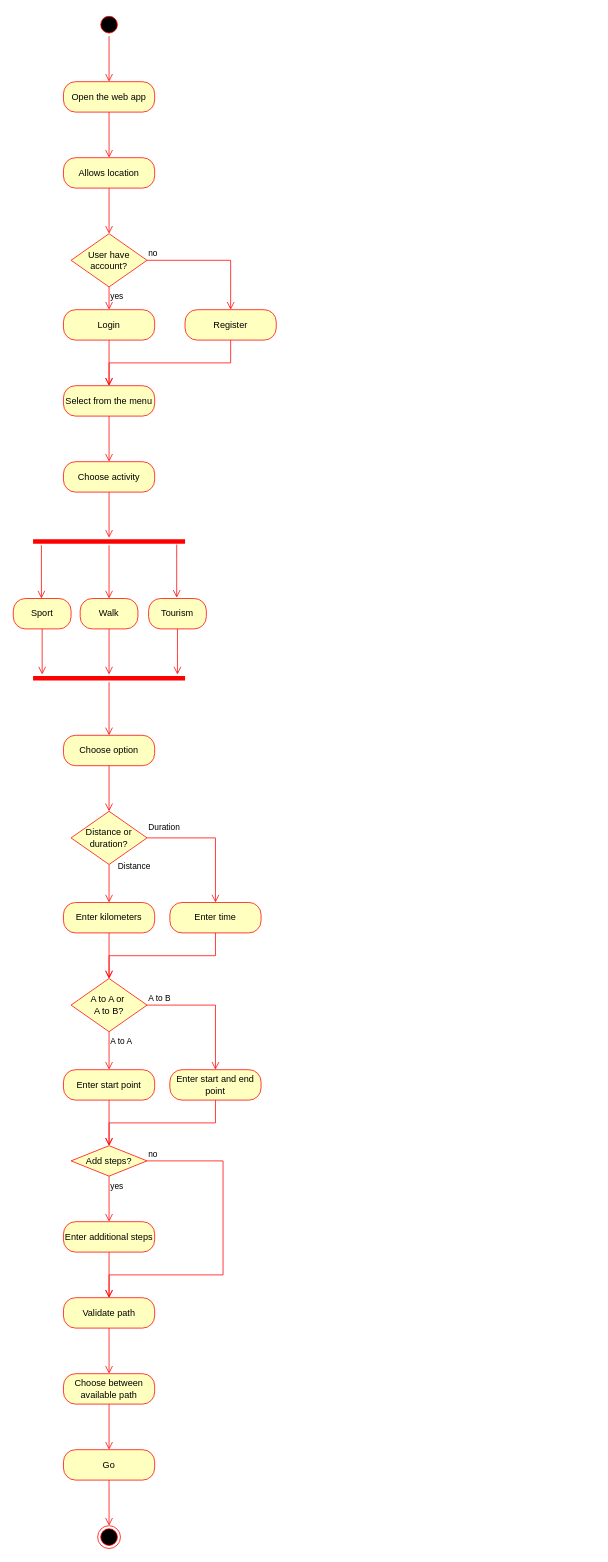
Above: UML Assignement 2/Activity UML assignement 2.drawio in Melydgt/Draw-io-UML-England (draw.io), before the change. Source tidied: cells renumbered, new cells numbered last; positions are measured from the earlier drawing's top-left corner, leaving out a move shared by most shapes. Both pictures are drawn from the tidied source at 76%, with x=0, y=0 at pixel (13, 13).
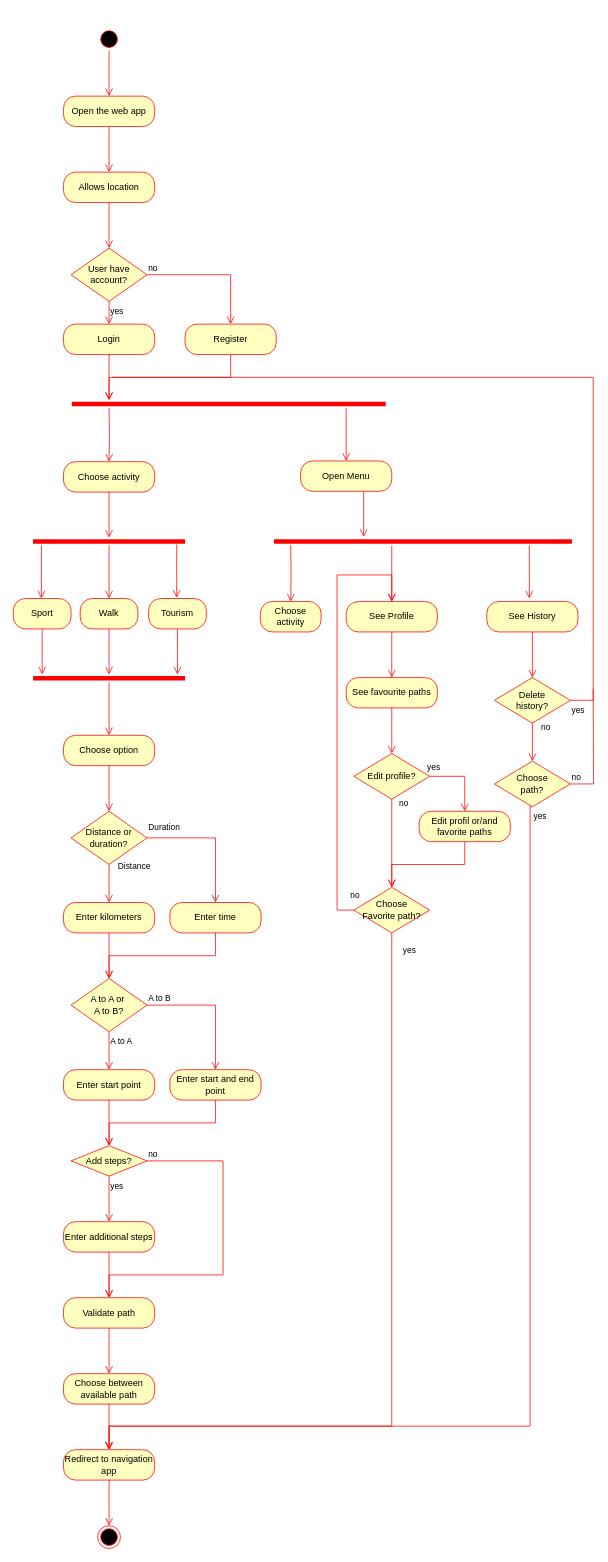
The same page after the edit.

Commit message (it also covers changes not shown here):
Mettre à jour Activity UML assignement 2.drawio

The change refers to these unchanged cells:
```xml
<mxCell id="15" value="Choose activity" style="rounded=1;whiteSpace=wrap;html=1;arcSize=40;fontColor=#000000;fillColor=#ffffc0;strokeColor=#ff0000;" parent="1" vertex="1">
  <mxGeometry x="66" y="590" width="120" height="40" as="geometry" />
</mxCell>
```

Diff of the diagram source:
```diff
@@
     <mxCell id="2" style="ellipse;html=1;shape=startState;fillColor=#000000;strokeColor=#ff0000;" parent="1" vertex="1">
-      <mxGeometry x="111" width="30" height="30" as="geometry" />
+      <mxGeometry x="111" y="19" width="30" height="30" as="geometry" />
     </mxCell>
     <mxCell id="3" style="edgeStyle=orthogonalEdgeStyle;html=1;verticalAlign=bottom;endArrow=open;endSize=8;strokeColor=#ff0000;rounded=0;" parent="1" edge="1" source="2">
       <mxGeometry relative="1" as="geometry">
-        <mxPoint x="126" y="90" as="targetPoint" />
+        <mxPoint x="126" y="109" as="targetPoint" />
       </mxGeometry>
     </mxCell>
     <mxCell id="4" value="Open the web app" style="rounded=1;whiteSpace=wrap;html=1;arcSize=40;fontColor=#000000;fillColor=#ffffc0;strokeColor=#ff0000;" parent="1" vertex="1">
-      <mxGeometry x="66" y="90" width="120" height="40" as="geometry" />
+      <mxGeometry x="66" y="109" width="120" height="40" as="geometry" />
     </mxCell>
     <mxCell id="5" style="edgeStyle=orthogonalEdgeStyle;html=1;verticalAlign=bottom;endArrow=open;endSize=8;strokeColor=#ff0000;rounded=0;" parent="1" edge="1" source="4">
       <mxGeometry relative="1" as="geometry">
-        <mxPoint x="126" y="190" as="targetPoint" />
+        <mxPoint x="126" y="209" as="targetPoint" />
       </mxGeometry>
     </mxCell>
     <mxCell id="6" value="Login" style="rounded=1;whiteSpace=wrap;html=1;arcSize=40;fontColor=#000000;fillColor=#ffffc0;strokeColor=#ff0000;" parent="1" vertex="1">
-      <mxGeometry x="66" y="390" width="120" height="40" as="geometry" />
+      <mxGeometry x="66" y="409" width="120" height="40" as="geometry" />
     </mxCell>
-    <mxCell id="7" style="edgeStyle=orthogonalEdgeStyle;html=1;verticalAlign=bottom;endArrow=open;endSize=8;strokeColor=#ff0000;rounded=0;" parent="1" edge="1" source="6">
+    <mxCell id="7" style="edgeStyle=orthogonalEdgeStyle;html=1;verticalAlign=bottom;endArrow=open;endSize=8;strokeColor=#ff0000;rounded=0;" parent="1" edge="1">
       <mxGeometry relative="1" as="geometry">
-        <mxPoint x="126" y="490" as="targetPoint" />
+        <mxPoint x="126" y="449" as="sourcePoint" />
+        <mxPoint x="126" y="509" as="targetPoint" />
       </mxGeometry>
     </mxCell>
     <mxCell id="8" value="Register" style="rounded=1;whiteSpace=wrap;html=1;arcSize=40;fontColor=#000000;fillColor=#ffffc0;strokeColor=#ff0000;" parent="1" vertex="1">
-      <mxGeometry x="226" y="390" width="120" height="40" as="geometry" />
+      <mxGeometry x="226" y="409" width="120" height="40" as="geometry" />
     </mxCell>
     <mxCell id="9" style="edgeStyle=elbowEdgeStyle;html=1;verticalAlign=bottom;endArrow=open;endSize=8;strokeColor=#ff0000;rounded=0;elbow=vertical;" parent="1" edge="1" source="8">
       <mxGeometry relative="1" as="geometry">
-        <mxPoint x="126" y="490" as="targetPoint" />
+        <mxPoint x="126" y="509" as="targetPoint" />
       </mxGeometry>
     </mxCell>
     <mxCell id="10" value="User have account?" style="rhombus;whiteSpace=wrap;html=1;fillColor=#ffffc0;strokeColor=#ff0000;" parent="1" vertex="1">
-      <mxGeometry x="76" y="290" width="100" height="70" as="geometry" />
+      <mxGeometry x="76" y="309" width="100" height="70" as="geometry" />
     </mxCell>
@@
-    <mxCell id="12" value="yes" style="edgeStyle=orthogonalEdgeStyle;html=1;align=left;verticalAlign=top;endArrow=open;endSize=8;strokeColor=#ff0000;rounded=0;" parent="1" edge="1" source="10">
+    <mxCell id="12" value="yes" style="edgeStyle=orthogonalEdgeStyle;html=1;align=left;verticalAlign=top;endArrow=open;endSize=8;strokeColor=#ff0000;rounded=0;" parent="1" edge="1">
       <mxGeometry x="-1" relative="1" as="geometry">
-        <mxPoint x="126" y="390" as="targetPoint" />
+        <mxPoint x="126" y="379" as="sourcePoint" />
+        <mxPoint x="126" y="409" as="targetPoint" />
       </mxGeometry>
     </mxCell>
     <mxCell id="13" value="Allows location" style="rounded=1;whiteSpace=wrap;html=1;arcSize=40;fontColor=#000000;fillColor=#ffffc0;strokeColor=#ff0000;" parent="1" vertex="1">
-      <mxGeometry x="66" y="190" width="120" height="40" as="geometry" />
+      <mxGeometry x="66" y="209" width="120" height="40" as="geometry" />
     </mxCell>
     <mxCell id="14" style="edgeStyle=orthogonalEdgeStyle;html=1;verticalAlign=bottom;endArrow=open;endSize=8;strokeColor=#ff0000;rounded=0;" parent="1" edge="1" source="13">
       <mxGeometry relative="1" as="geometry">
-        <mxPoint x="126" y="290" as="targetPoint" />
+        <mxPoint x="126" y="309" as="targetPoint" />
       </mxGeometry>
     </mxCell>
@@
-    <mxCell id="54" value="Go" style="rounded=1;whiteSpace=wrap;html=1;arcSize=40;fontColor=#000000;fillColor=#ffffc0;strokeColor=#ff0000;" parent="1" vertex="1">
+    <mxCell id="54" value="Redirect to navigation app" style="rounded=1;whiteSpace=wrap;html=1;arcSize=40;fontColor=#000000;fillColor=#ffffc0;strokeColor=#ff0000;" parent="1" vertex="1">
       <mxGeometry x="66" y="1890" width="120" height="40" as="geometry" />
     </mxCell>
@@
-    <mxCell id="57" value="Select from the menu" style="rounded=1;whiteSpace=wrap;html=1;arcSize=40;fontColor=#000000;fillColor=#ffffc0;strokeColor=#ff0000;" parent="1" vertex="1">
-      <mxGeometry x="66" y="490" width="120" height="40" as="geometry" />
-    </mxCell>
-    <mxCell id="58" style="edgeStyle=orthogonalEdgeStyle;html=1;verticalAlign=bottom;endArrow=open;endSize=8;strokeColor=#ff0000;rounded=0;elbow=vertical;" parent="1" edge="1" source="57">
-      <mxGeometry relative="1" as="geometry">
-        <mxPoint x="126" y="590" as="targetPoint" />
-      </mxGeometry>
-    </mxCell>
+    <mxCell id="59" value="See Profile" style="rounded=1;whiteSpace=wrap;html=1;arcSize=40;fontColor=#000000;fillColor=#ffffc0;strokeColor=#ff0000;" parent="1" vertex="1">
+      <mxGeometry x="438" y="774" width="120" height="40" as="geometry" />
+    </mxCell>
+    <mxCell id="60" style="edgeStyle=orthogonalEdgeStyle;html=1;verticalAlign=bottom;endArrow=open;endSize=8;strokeColor=#ff0000;rounded=0;elbow=vertical;" parent="1" edge="1" source="59">
+      <mxGeometry relative="1" as="geometry">
+        <mxPoint x="498" y="874" as="targetPoint" />
+      </mxGeometry>
+    </mxCell>
+    <mxCell id="61" value="See favourite paths" style="rounded=1;whiteSpace=wrap;html=1;arcSize=40;fontColor=#000000;fillColor=#ffffc0;strokeColor=#ff0000;" parent="1" vertex="1">
+      <mxGeometry x="438" y="874" width="120" height="40" as="geometry" />
+    </mxCell>
+    <mxCell id="62" style="edgeStyle=orthogonalEdgeStyle;html=1;verticalAlign=bottom;endArrow=open;endSize=8;strokeColor=#ff0000;rounded=0;elbow=vertical;" parent="1" edge="1" source="61">
+      <mxGeometry relative="1" as="geometry">
+        <mxPoint x="498" y="974" as="targetPoint" />
+      </mxGeometry>
+    </mxCell>
+    <mxCell id="63" value="Choose &lt;br&gt;Favorite path?" style="rhombus;whiteSpace=wrap;html=1;fillColor=#ffffc0;strokeColor=#ff0000;" parent="1" vertex="1">
+      <mxGeometry x="448" y="1150" width="100" height="60" as="geometry" />
+    </mxCell>
+    <mxCell id="64" value="no" style="edgeStyle=orthogonalEdgeStyle;html=1;align=left;verticalAlign=bottom;endArrow=open;endSize=8;strokeColor=#ff0000;rounded=0;elbow=vertical;entryX=0.5;entryY=0;entryDx=0;entryDy=0;" parent="1" edge="1" source="63" target="59">
+      <mxGeometry x="-0.98" y="-11" relative="1" as="geometry">
+        <Array as="points">
+          <mxPoint x="426" y="1180" />
+          <mxPoint x="426" y="739" />
+          <mxPoint x="498" y="739" />
+        </Array>
+      </mxGeometry>
+    </mxCell>
+    <mxCell id="65" value="yes" style="edgeStyle=elbowEdgeStyle;html=1;align=left;verticalAlign=top;endArrow=open;endSize=8;strokeColor=#ff0000;rounded=0;elbow=vertical;entryX=0.5;entryY=0;entryDx=0;entryDy=0;" parent="1" edge="1" source="63" target="54">
+      <mxGeometry x="-0.98" y="13" relative="1" as="geometry">
+        <Array as="points">
+          <mxPoint x="310" y="1859" />
+        </Array>
+        <mxPoint y="-1" as="offset" />
+      </mxGeometry>
+    </mxCell>
+    <mxCell id="66" value="Edit profile?" style="rhombus;whiteSpace=wrap;html=1;fillColor=#ffffc0;strokeColor=#ff0000;" parent="1" vertex="1">
+      <mxGeometry x="448" y="974" width="100" height="60" as="geometry" />
+    </mxCell>
+    <mxCell id="67" value="no" style="edgeStyle=orthogonalEdgeStyle;html=1;align=left;verticalAlign=bottom;endArrow=open;endSize=8;strokeColor=#ff0000;rounded=0;elbow=vertical;exitX=0.5;exitY=1;exitDx=0;exitDy=0;entryX=0.5;entryY=0;entryDx=0;entryDy=0;" parent="1" edge="1" source="66" target="63">
+      <mxGeometry x="-0.74" y="8" relative="1" as="geometry" />
+    </mxCell>
+    <mxCell id="68" value="yes" style="edgeStyle=orthogonalEdgeStyle;html=1;align=left;verticalAlign=top;endArrow=open;endSize=8;strokeColor=#ff0000;rounded=0;elbow=vertical;exitX=1;exitY=0.5;exitDx=0;exitDy=0;entryX=0.5;entryY=0;entryDx=0;entryDy=0;" parent="1" edge="1" source="66" target="81">
+      <mxGeometry x="-1" y="25" relative="1" as="geometry">
+        <mxPoint x="-5" as="offset" />
+      </mxGeometry>
+    </mxCell>
+    <mxCell id="69" value="Open Menu" style="rounded=1;whiteSpace=wrap;html=1;arcSize=40;fontColor=#000000;fillColor=#ffffc0;strokeColor=#ff0000;" parent="1" vertex="1">
+      <mxGeometry x="378" y="589" width="120" height="40" as="geometry" />
+    </mxCell>
+    <mxCell id="70" style="shape=line;html=1;strokeWidth=6;strokeColor=#ff0000;" parent="1" vertex="1">
+      <mxGeometry x="77" y="509" width="413" height="10" as="geometry" />
+    </mxCell>
+    <mxCell id="71" style="edgeStyle=orthogonalEdgeStyle;html=1;verticalAlign=bottom;endArrow=open;endSize=8;strokeColor=#ff0000;rounded=0;elbow=vertical;entryX=0.5;entryY=0;entryDx=0;entryDy=0;" parent="1" edge="1" target="15">
+      <mxGeometry relative="1" as="geometry">
+        <mxPoint x="126" y="519" as="sourcePoint" />
+      </mxGeometry>
+    </mxCell>
+    <mxCell id="72" style="edgeStyle=orthogonalEdgeStyle;html=1;verticalAlign=bottom;endArrow=open;endSize=8;strokeColor=#ff0000;rounded=0;elbow=vertical;" parent="1" edge="1">
+      <mxGeometry relative="1" as="geometry">
+        <mxPoint x="438" y="519" as="sourcePoint" />
+        <mxPoint x="438" y="589" as="targetPoint" />
+      </mxGeometry>
+    </mxCell>
+    <mxCell id="73" style="edgeStyle=orthogonalEdgeStyle;html=1;verticalAlign=bottom;endArrow=open;endSize=8;strokeColor=#ff0000;rounded=0;" parent="1" edge="1">
+      <mxGeometry relative="1" as="geometry">
+        <mxPoint x="461" y="629" as="sourcePoint" />
+        <mxPoint x="461" y="689" as="targetPoint" />
+      </mxGeometry>
+    </mxCell>
+    <mxCell id="74" style="shape=line;html=1;strokeWidth=6;strokeColor=#ff0000;" parent="1" vertex="1">
+      <mxGeometry x="343" y="690" width="392" height="10" as="geometry" />
+    </mxCell>
+    <mxCell id="75" style="edgeStyle=orthogonalEdgeStyle;html=1;verticalAlign=bottom;endArrow=open;endSize=8;strokeColor=#ff0000;rounded=0;elbow=vertical;" parent="1" edge="1" target="78">
+      <mxGeometry relative="1" as="geometry">
+        <mxPoint x="365" y="700" as="sourcePoint" />
+      </mxGeometry>
+    </mxCell>
+    <mxCell id="76" style="edgeStyle=orthogonalEdgeStyle;html=1;verticalAlign=bottom;endArrow=open;endSize=8;strokeColor=#ff0000;rounded=0;elbow=vertical;" parent="1" edge="1">
+      <mxGeometry relative="1" as="geometry">
+        <mxPoint x="679" y="700" as="sourcePoint" />
+        <mxPoint x="679" y="770" as="targetPoint" />
+      </mxGeometry>
+    </mxCell>
+    <mxCell id="77" style="edgeStyle=orthogonalEdgeStyle;html=1;verticalAlign=bottom;endArrow=open;endSize=8;strokeColor=#ff0000;rounded=0;elbow=vertical;entryX=0.5;entryY=0;entryDx=0;entryDy=0;" parent="1" edge="1" target="59">
+      <mxGeometry relative="1" as="geometry">
+        <mxPoint x="498" y="701" as="sourcePoint" />
+        <Array as="points">
+          <mxPoint x="498" y="701" />
+        </Array>
+      </mxGeometry>
+    </mxCell>
+    <mxCell id="78" value="Choose activity" style="rounded=1;whiteSpace=wrap;html=1;arcSize=40;fontColor=#000000;fillColor=#ffffc0;strokeColor=#ff0000;" parent="1" vertex="1">
+      <mxGeometry x="325" y="774" width="80" height="40" as="geometry" />
+    </mxCell>
+    <mxCell id="79" value="See History" style="rounded=1;whiteSpace=wrap;html=1;arcSize=40;fontColor=#000000;fillColor=#ffffc0;strokeColor=#ff0000;" parent="1" vertex="1">
+      <mxGeometry x="623" y="774" width="120" height="40" as="geometry" />
+    </mxCell>
+    <mxCell id="80" style="edgeStyle=orthogonalEdgeStyle;html=1;verticalAlign=bottom;endArrow=open;endSize=8;strokeColor=#ff0000;rounded=0;elbow=vertical;" parent="1" edge="1" source="79">
+      <mxGeometry relative="1" as="geometry">
+        <mxPoint x="683" y="874" as="targetPoint" />
+      </mxGeometry>
+    </mxCell>
+    <mxCell id="81" value="Edit profil or/and favorite paths" style="rounded=1;whiteSpace=wrap;html=1;arcSize=40;fontColor=#000000;fillColor=#ffffc0;strokeColor=#ff0000;" parent="1" vertex="1">
+      <mxGeometry x="534" y="1050" width="120" height="40" as="geometry" />
+    </mxCell>
+    <mxCell id="82" style="edgeStyle=elbowEdgeStyle;html=1;verticalAlign=bottom;endArrow=open;endSize=8;strokeColor=#ff0000;rounded=0;elbow=vertical;entryX=0.5;entryY=0;entryDx=0;entryDy=0;" parent="1" edge="1" source="81" target="63">
+      <mxGeometry relative="1" as="geometry" />
+    </mxCell>
+    <mxCell id="83" value="Delete &lt;br&gt;history?" style="rhombus;whiteSpace=wrap;html=1;fillColor=#ffffc0;strokeColor=#ff0000;" parent="1" vertex="1">
+      <mxGeometry x="633" y="874" width="100" height="60" as="geometry" />
+    </mxCell>
+    <mxCell id="84" value="no" style="edgeStyle=orthogonalEdgeStyle;html=1;align=left;verticalAlign=bottom;endArrow=open;endSize=8;strokeColor=#ff0000;rounded=0;elbow=vertical;exitX=0.5;exitY=1;exitDx=0;exitDy=0;entryX=0.5;entryY=0;entryDx=0;entryDy=0;" parent="1" edge="1" source="83" target="86">
+      <mxGeometry x="-0.4" y="10" relative="1" as="geometry">
+        <Array as="points">
+          <mxPoint x="683" y="959" />
+          <mxPoint x="683" y="959" />
+        </Array>
+      </mxGeometry>
+    </mxCell>
+    <mxCell id="85" value="yes" style="edgeStyle=orthogonalEdgeStyle;html=1;align=left;verticalAlign=top;endArrow=none;endSize=8;strokeColor=#ff0000;rounded=0;elbow=vertical;exitX=1;exitY=0.5;exitDx=0;exitDy=0;endFill=0;" parent="1" edge="1">
+      <mxGeometry x="-1" relative="1" as="geometry">
+        <mxPoint x="733" y="904" as="sourcePoint" />
+        <mxPoint x="130" y="479" as="targetPoint" />
+        <Array as="points">
+          <mxPoint x="763" y="904" />
+          <mxPoint x="763" y="479" />
+        </Array>
+      </mxGeometry>
+    </mxCell>
+    <mxCell id="86" value="Choose &lt;br&gt;path?" style="rhombus;whiteSpace=wrap;html=1;fillColor=#ffffc0;strokeColor=#ff0000;" parent="1" vertex="1">
+      <mxGeometry x="633" y="984" width="100" height="60" as="geometry" />
+    </mxCell>
+    <mxCell id="87" value="no" style="edgeStyle=orthogonalEdgeStyle;html=1;align=left;verticalAlign=bottom;endArrow=none;endSize=8;strokeColor=#ff0000;rounded=0;elbow=vertical;endFill=0;" parent="1" edge="1" source="86">
+      <mxGeometry x="-1" relative="1" as="geometry">
+        <mxPoint x="763" y="889" as="targetPoint" />
+      </mxGeometry>
+    </mxCell>
+    <mxCell id="88" value="yes" style="edgeStyle=orthogonalEdgeStyle;html=1;align=left;verticalAlign=top;endArrow=open;endSize=8;strokeColor=#ff0000;rounded=0;elbow=vertical;entryX=0.5;entryY=0;entryDx=0;entryDy=0;exitX=0.5;exitY=1;exitDx=0;exitDy=0;" parent="1" edge="1" source="86" target="54">
+      <mxGeometry x="-1" relative="1" as="geometry">
+        <Array as="points">
+          <mxPoint x="680" y="1044" />
+          <mxPoint x="680" y="1859" />
+          <mxPoint x="126" y="1859" />
+        </Array>
+      </mxGeometry>
+    </mxCell>
```
